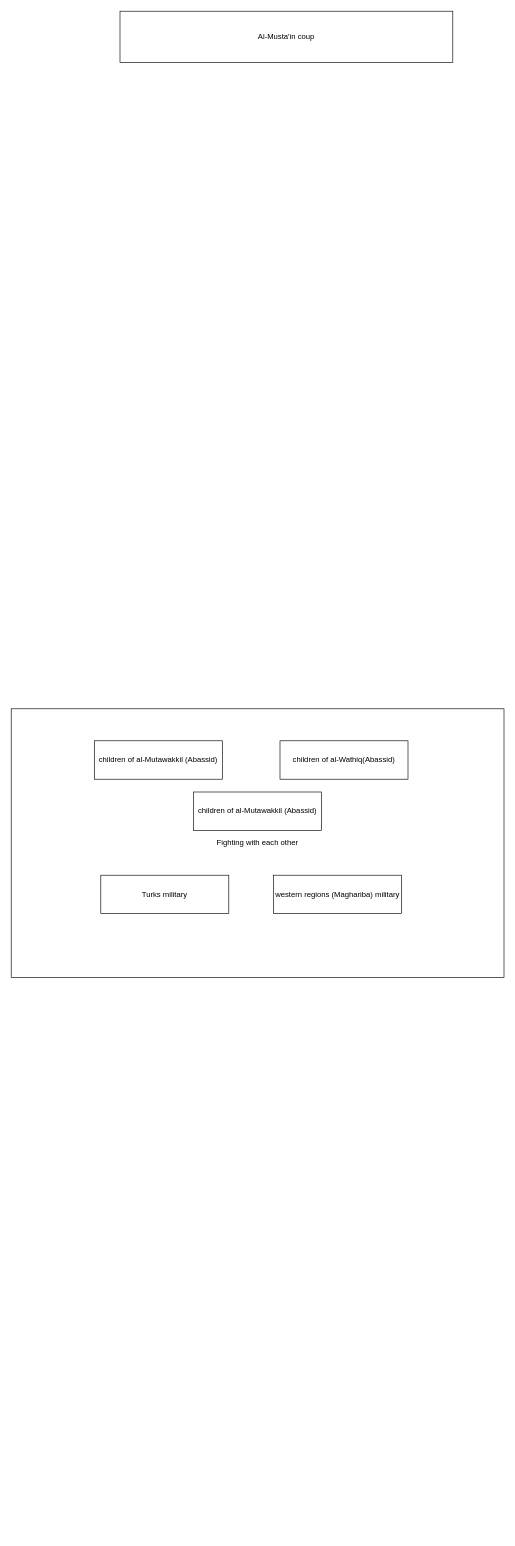
Above: page "Al-Musta'in" (26 of 33) of Islam Groupings.drawio in azryzdy/hobbies (draw.io), before the change. Source tidied: cells renumbered, new cells numbered last; positions are measured from the earlier drawing's top-left corner, leaving out a move shared by most shapes. Both pictures are drawn from the tidied source at 64%, with x=0, y=0 at pixel (11, 11).
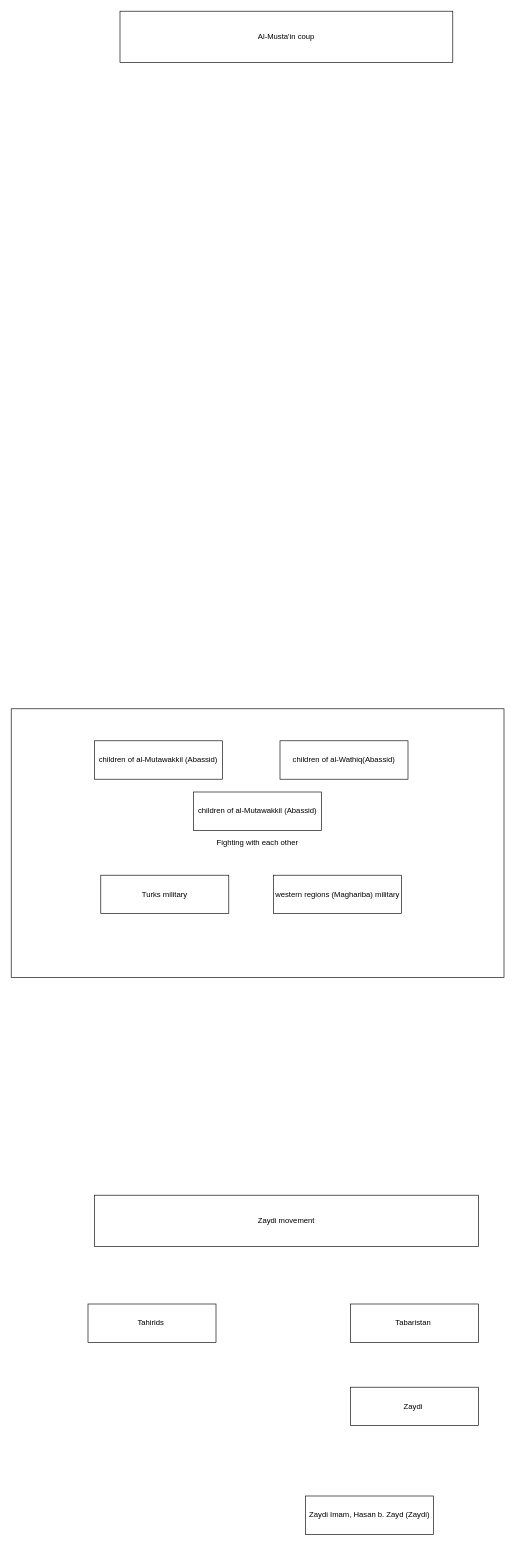
The same diagram, later.

Diff of the diagram source:
```diff
@@
 <mxGraphModel>
   <root>
     <mxCell id="0" />
     <mxCell id="1" parent="0" />
     <mxCell id="2" value="Fighting with each other" style="rounded=0;whiteSpace=wrap;html=1;" parent="1" vertex="1">
       <mxGeometry y="1090" width="770" height="420" as="geometry" />
     </mxCell>
     <mxCell id="3" value="Al-Musta'in coup" style="rounded=0;whiteSpace=wrap;html=1;" parent="1" vertex="1">
       <mxGeometry x="170" width="520" height="80" as="geometry" />
     </mxCell>
     <mxCell id="4" value="children of al-Mutawakkil&amp;nbsp;&lt;span style=&quot;display:inline;&quot;&gt;(Abassid&lt;/span&gt;)" style="rounded=0;whiteSpace=wrap;html=1;" parent="1" vertex="1">
       <mxGeometry x="130" y="1140" width="200" height="60" as="geometry" />
     </mxCell>
     <mxCell id="5" value="children of al-Wathiq&lt;span style=&quot;display:inline;&quot;&gt;(Abassid&lt;/span&gt;)" style="rounded=0;whiteSpace=wrap;html=1;" parent="1" vertex="1">
       <mxGeometry x="420" y="1140" width="200" height="60" as="geometry" />
     </mxCell>
     <mxCell id="6" value="western regions (Maghariba)&amp;nbsp;military" style="rounded=0;whiteSpace=wrap;html=1;" parent="1" vertex="1">
       <mxGeometry x="410" y="1350" width="200" height="60" as="geometry" />
     </mxCell>
     <mxCell id="7" value="Turks military" style="rounded=0;whiteSpace=wrap;html=1;" parent="1" vertex="1">
       <mxGeometry x="140" y="1350" width="200" height="60" as="geometry" />
     </mxCell>
     <mxCell id="8" value="children of al-Mutawakkil&amp;nbsp;&lt;span style=&quot;display:inline;&quot;&gt;(Abassid&lt;/span&gt;)" style="rounded=0;whiteSpace=wrap;html=1;" parent="1" vertex="1">
       <mxGeometry x="285" y="1220" width="200" height="60" as="geometry" />
     </mxCell>
+    <mxCell id="9" value="Zaydi movement" style="rounded=0;whiteSpace=wrap;html=1;" parent="1" vertex="1">
+      <mxGeometry x="130" y="1850" width="600" height="80" as="geometry" />
+    </mxCell>
+    <mxCell id="10" value="Tabaristan&amp;nbsp;" style="rounded=0;whiteSpace=wrap;html=1;" parent="1" vertex="1">
+      <mxGeometry x="530" y="2020" width="200" height="60" as="geometry" />
+    </mxCell>
+    <mxCell id="11" value="Tahirids&amp;nbsp;" style="rounded=0;whiteSpace=wrap;html=1;" parent="1" vertex="1">
+      <mxGeometry x="120" y="2020" width="200" height="60" as="geometry" />
+    </mxCell>
+    <mxCell id="12" value="Zaydi&amp;nbsp;" style="rounded=0;whiteSpace=wrap;html=1;" parent="1" vertex="1">
+      <mxGeometry x="530" y="2150" width="200" height="60" as="geometry" />
+    </mxCell>
+    <mxCell id="13" value="Zaydi Imam, Hasan b. Zayd (Zaydi)" style="rounded=0;whiteSpace=wrap;html=1;" parent="1" vertex="1">
+      <mxGeometry x="460" y="2320" width="200" height="60" as="geometry" />
+    </mxCell>
   </root>
 </mxGraphModel>
```
